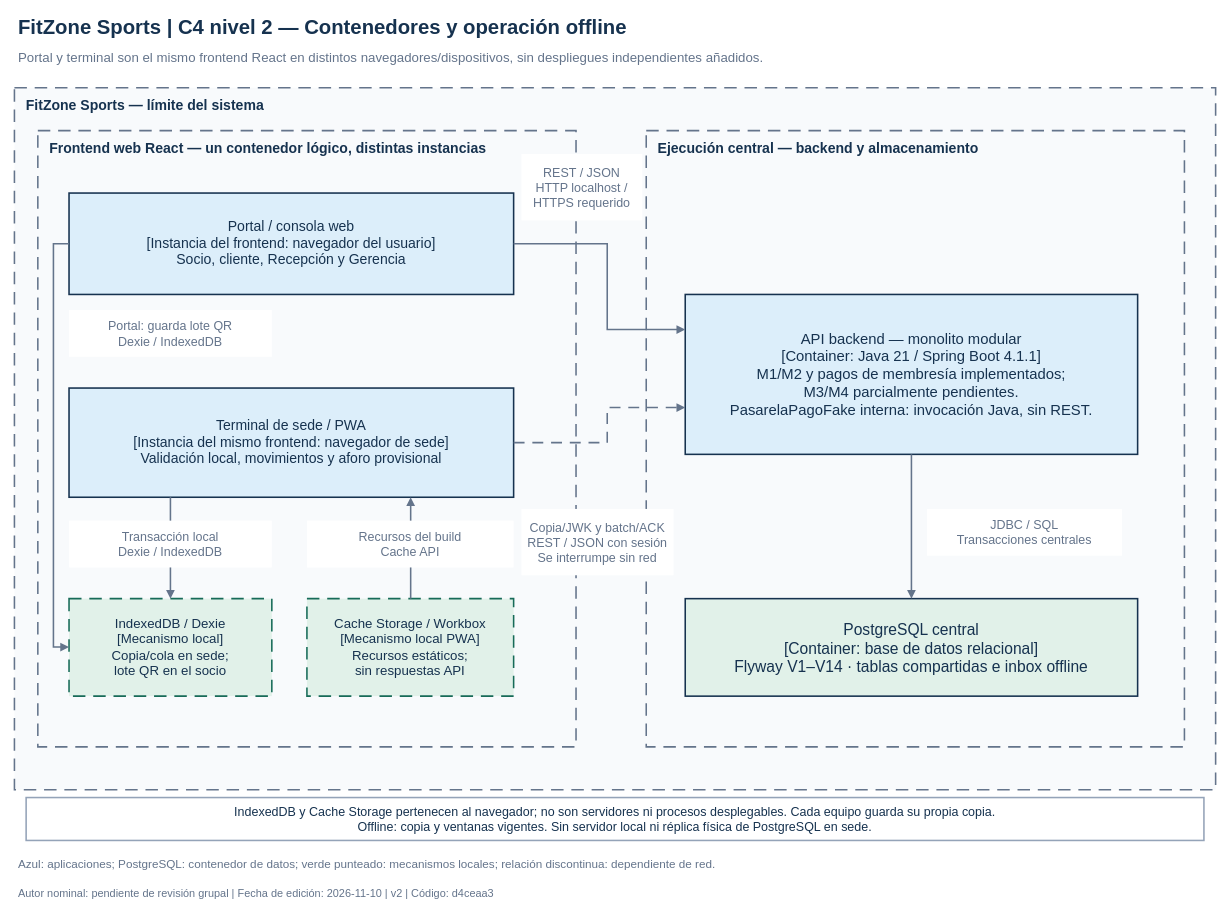
Before: docs/diagramas/c4-02-contenedores.drawio in magacastell/FitZone_Sports, a draw.io diagram. Source tidied: cells renumbered, new cells numbered last; positions are measured from the earlier drawing's top-left corner, leaving out a move shared by most shapes. Both pictures are drawn from the tidied source at 78%, with x=0, y=0 at pixel (14, 13).
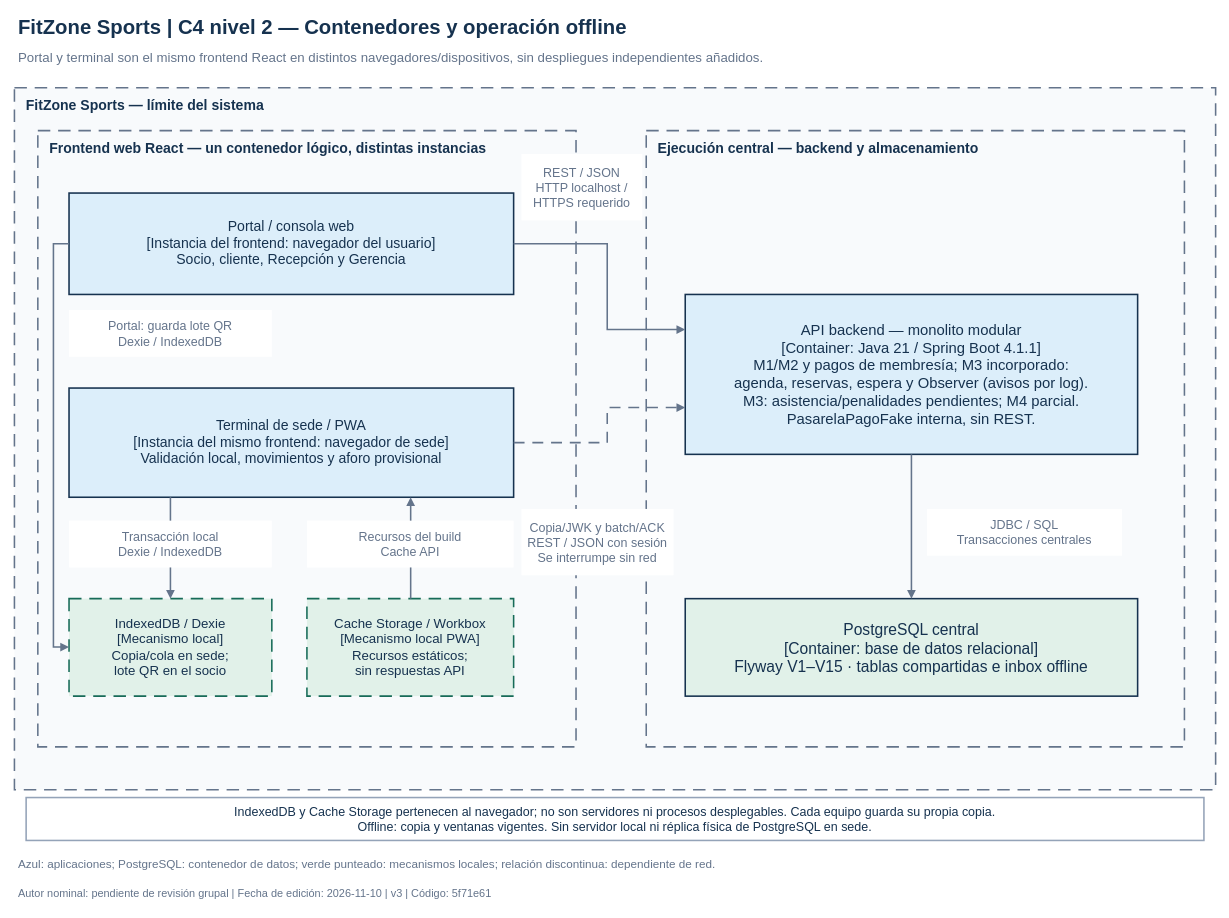
After the change.

Commit message (it also covers changes not shown here):
docs(arquitectura): actualizar las referencias al M3 integrado

Diff of the diagram source:
```diff
@@
-    <mxCell id="9" value="API backend — monolito modular&#10;[Container: Java 21 / Spring Boot 4.1.1]&#10;M1/M2 y pagos de membresía implementados;&#10;M3/M4 parcialmente pendientes.&#10;PasarelaPagoFake interna: invocación Java, sin REST." style="rounded=0;whiteSpace=wrap;html=0;fillColor=#dceefa;strokeColor=#16324f;strokeWidth=2;fontFamily=Arial;fontSize=19;fontColor=#16324f;fontStyle=0;align=center;verticalAlign=middle;spacing=0;" parent="1" vertex="1">
+    <mxCell id="9" value="API backend — monolito modular&#10;[Container: Java 21 / Spring Boot 4.1.1]&#10;M1/M2 y pagos de membresía; M3 incorporado:&#10;agenda, reservas, espera y Observer (avisos por log).&#10;M3: asistencia/penalidades pendientes; M4 parcial.&#10;PasarelaPagoFake interna, sin REST." style="rounded=0;whiteSpace=wrap;html=0;fillColor=#dceefa;strokeColor=#16324f;strokeWidth=2;fontFamily=Arial;fontSize=19;fontColor=#16324f;fontStyle=0;align=center;verticalAlign=middle;spacing=0;" parent="1" vertex="1">
       <mxGeometry x="860" y="360" width="580" height="205" as="geometry" />
     </mxCell>
-    <mxCell id="10" value="PostgreSQL central&#10;[Container: base de datos relacional]&#10;Flyway V1–V14 · tablas compartidas e inbox offline" style="rounded=0;whiteSpace=wrap;html=0;fillColor=#e1f1e9;strokeColor=#16324f;strokeWidth=2;fontFamily=Arial;fontSize=20;fontColor=#16324f;fontStyle=0;align=center;verticalAlign=middle;spacing=0;" parent="1" vertex="1">
+    <mxCell id="10" value="PostgreSQL central&#10;[Container: base de datos relacional]&#10;Flyway V1–V15 · tablas compartidas e inbox offline" style="rounded=0;whiteSpace=wrap;html=0;fillColor=#e1f1e9;strokeColor=#16324f;strokeWidth=2;fontFamily=Arial;fontSize=20;fontColor=#16324f;fontStyle=0;align=center;verticalAlign=middle;spacing=0;" parent="1" vertex="1">
       <mxGeometry x="860" y="750" width="580" height="125" as="geometry" />
     </mxCell>
@@
-    <mxCell id="30" value="Autor nominal: pendiente de revisión grupal | Fecha de edición: 2026-11-10 | v2 | Código: d4ceaa3" style="text;html=0;whiteSpace=wrap;align=left;verticalAlign=middle;spacing=0;fontFamily=Arial;fontSize=14;fontColor=#64748b;fontStyle=0;fillColor=none;strokeColor=none;" parent="1" vertex="1">
+    <mxCell id="30" value="Autor nominal: pendiente de revisión grupal | Fecha de edición: 2026-11-10 | v3 | Código: 5f71e61" style="text;html=0;whiteSpace=wrap;align=left;verticalAlign=middle;spacing=0;fontFamily=Arial;fontSize=14;fontColor=#64748b;fontStyle=0;fillColor=none;strokeColor=none;" parent="1" vertex="1">
       <mxGeometry x="5" y="1113" width="1530" height="30" as="geometry" />
     </mxCell>
```
